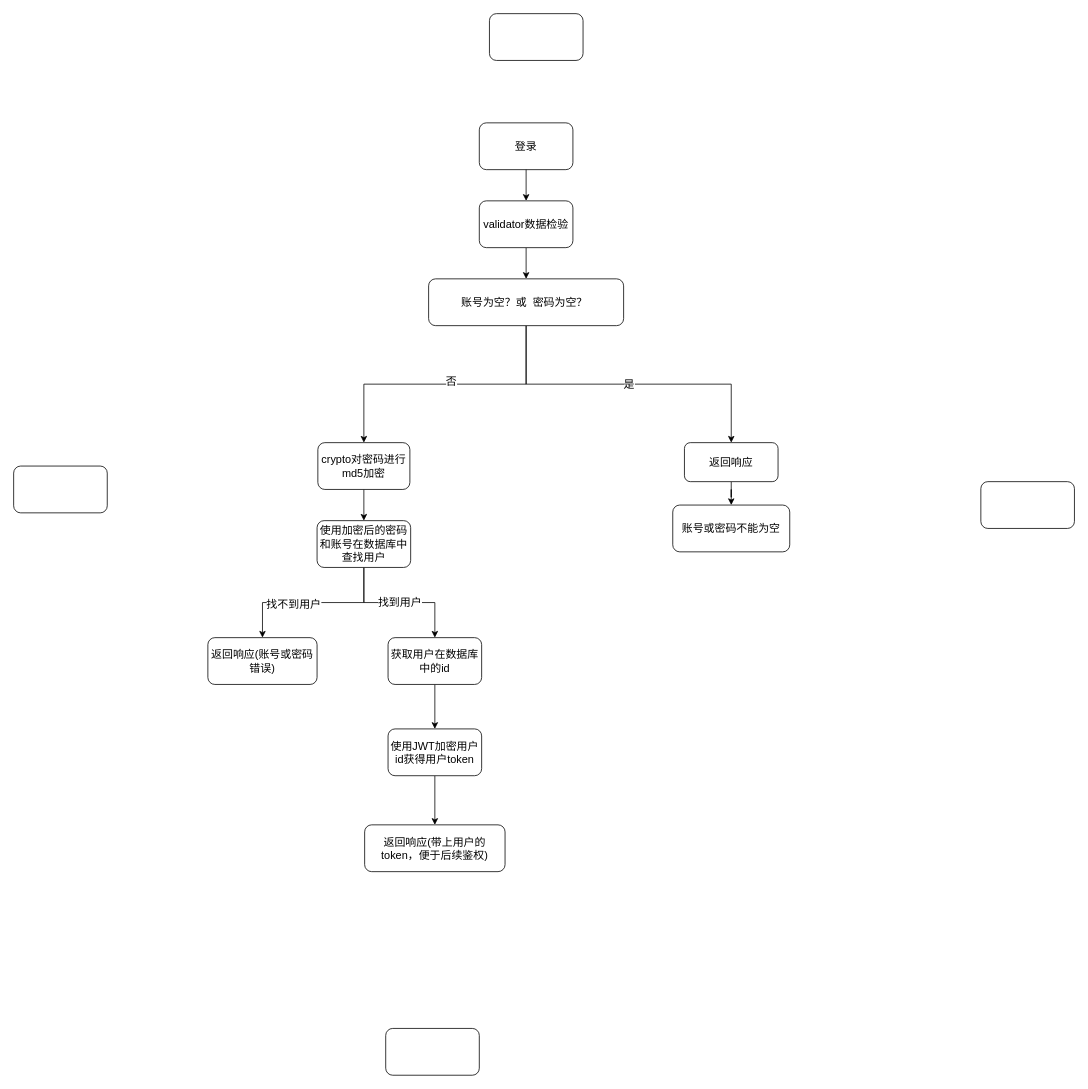
Before: 登录流程图.drawio in AdhereZ/graph, a draw.io diagram. Source tidied: cells renumbered, new cells numbered last; positions are measured from the earlier drawing's top-left corner, leaving out a move shared by most shapes. Both pictures are drawn from the tidied source at 78%, with x=0, y=0 at pixel (13, 13).
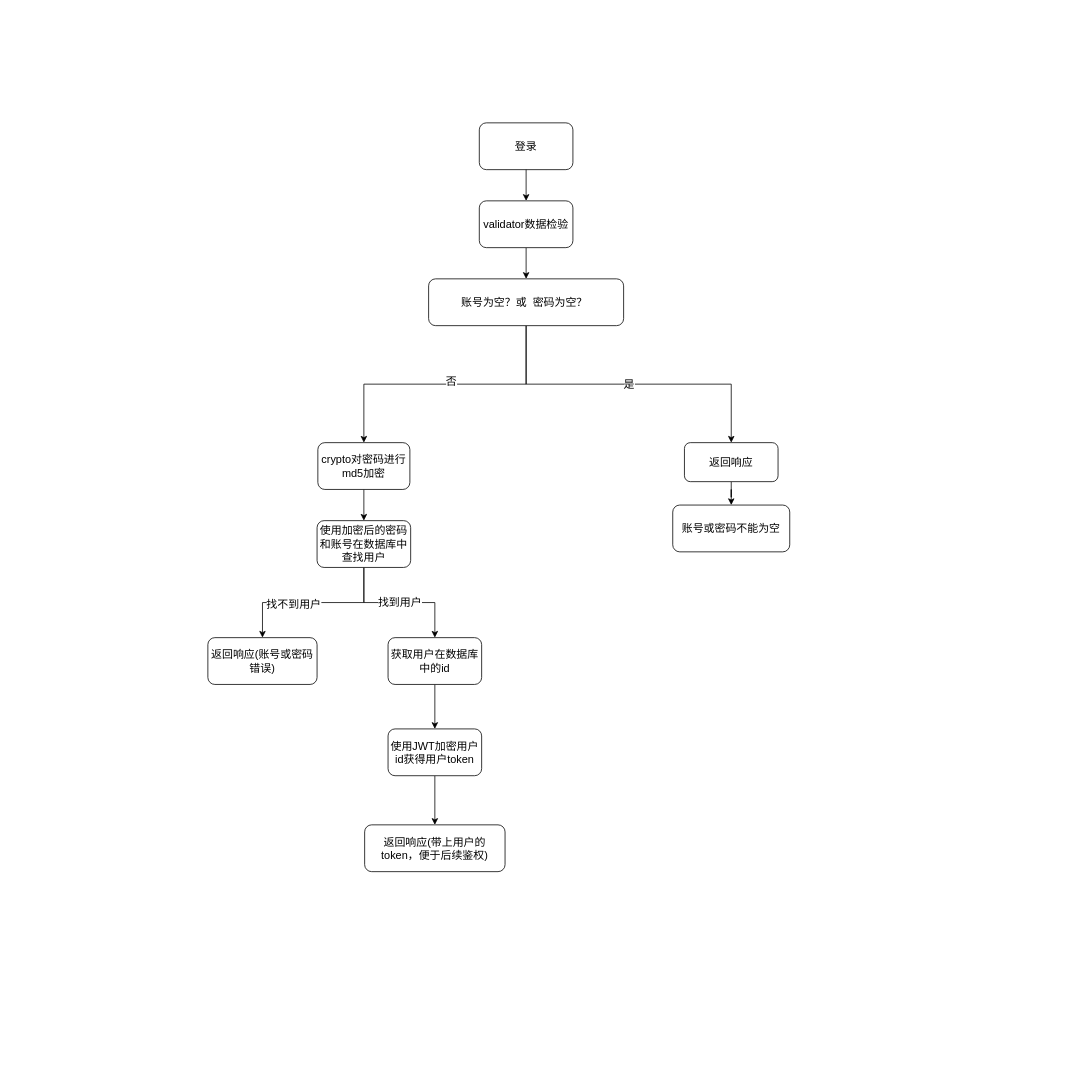
Above is the later version.

Commit message:
更新登录流程图.drawio

Change to the diagram source:
```diff
@@
-    <mxCell id="25" style="rounded=1;whiteSpace=wrap;html=1;" parent="1" vertex="1">
-      <mxGeometry y="580" width="120" height="60" as="geometry" />
-    </mxCell>
-    <mxCell id="26" style="rounded=1;whiteSpace=wrap;html=1;" parent="1" vertex="1">
-      <mxGeometry x="1240" y="600" width="120" height="60" as="geometry" />
-    </mxCell>
-    <mxCell id="27" style="rounded=1;whiteSpace=wrap;html=1;" parent="1" vertex="1">
-      <mxGeometry x="610" width="120" height="60" as="geometry" />
-    </mxCell>
-    <mxCell id="28" style="rounded=1;whiteSpace=wrap;html=1;" parent="1" vertex="1">
-      <mxGeometry x="477" y="1301" width="120" height="60" as="geometry" />
-    </mxCell>
```
